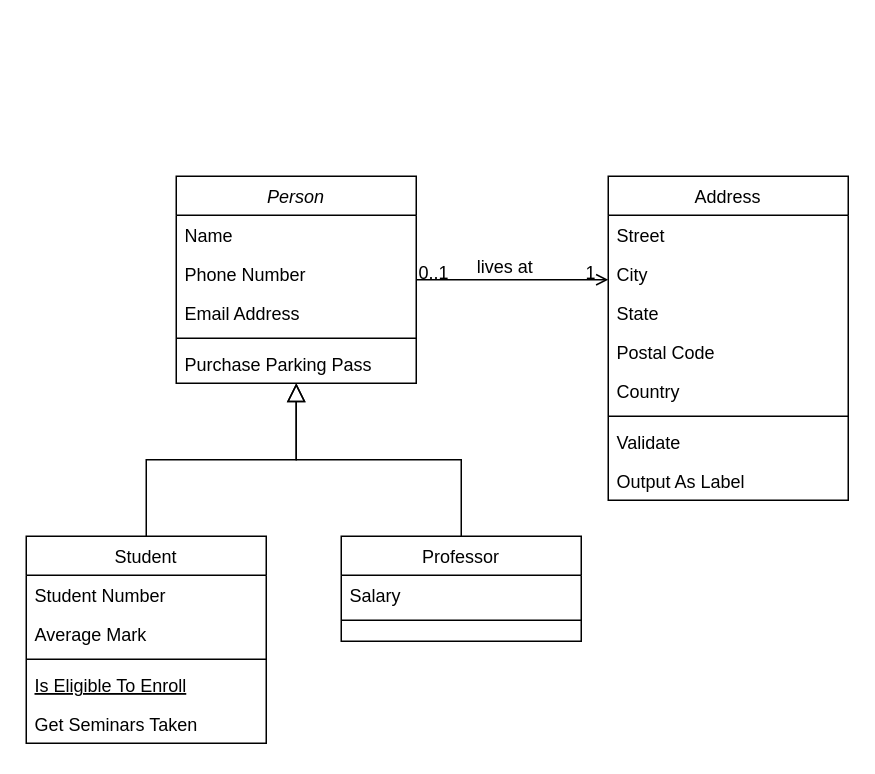
Before: Diagrama sem nome.drawio in dan-freire/escalamm, a draw.io diagram. Source tidied: cells renumbered, new cells numbered last; positions are measured from the earlier drawing's top-left corner, leaving out a move shared by most shapes. Both pictures are drawn from the tidied source at 150%, with x=0, y=0 at pixel (26, 176).
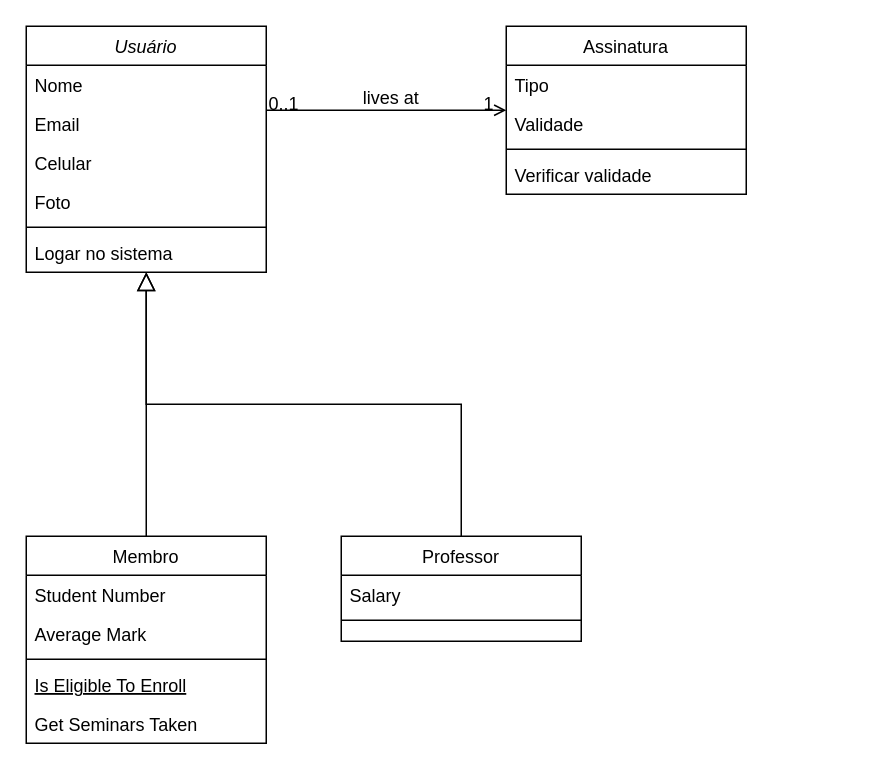
Above is the later version.

Commit message:
Classe usuário e Assinatura

The edit, as a diff of the source:
```diff
@@
-    <mxCell id="2" value="Person" style="swimlane;fontStyle=2;align=center;verticalAlign=top;horizontal=1;startSize=26;rounded=0;shadow=0;strokeWidth=1;" parent="1" vertex="1">
-      <mxGeometry x="100" width="160" height="138" as="geometry" />
+    <mxCell id="2" value="Usuário" style="swimlane;fontStyle=2;align=center;verticalAlign=top;horizontal=1;startSize=26;rounded=0;shadow=0;strokeWidth=1;" parent="1" vertex="1">
+      <mxGeometry y="-100" width="160" height="164" as="geometry" />
     </mxCell>
-    <mxCell id="3" value="Name" style="text;align=left;verticalAlign=top;spacingLeft=4;spacingRight=4;overflow=hidden;" parent="2" vertex="1">
+    <mxCell id="3" value="Nome" style="text;align=left;verticalAlign=top;spacingLeft=4;spacingRight=4;overflow=hidden;" parent="2" vertex="1">
       <mxGeometry y="26" width="160" height="26" as="geometry" />
     </mxCell>
-    <mxCell id="4" value="Phone Number" style="text;align=left;verticalAlign=top;spacingLeft=4;spacingRight=4;overflow=hidden;rounded=0;shadow=0;html=0;" parent="2" vertex="1">
+    <mxCell id="4" value="Email" style="text;align=left;verticalAlign=top;spacingLeft=4;spacingRight=4;overflow=hidden;rounded=0;shadow=0;html=0;" parent="2" vertex="1">
       <mxGeometry y="52" width="160" height="26" as="geometry" />
     </mxCell>
-    <mxCell id="5" value="Email Address" style="text;align=left;verticalAlign=top;spacingLeft=4;spacingRight=4;overflow=hidden;rounded=0;shadow=0;html=0;" parent="2" vertex="1">
+    <mxCell id="5" value="Celular" style="text;align=left;verticalAlign=top;spacingLeft=4;spacingRight=4;overflow=hidden;rounded=0;shadow=0;html=0;" parent="2" vertex="1">
       <mxGeometry y="78" width="160" height="26" as="geometry" />
     </mxCell>
+    <mxCell id="32" value="Foto" style="text;align=left;verticalAlign=top;spacingLeft=4;spacingRight=4;overflow=hidden;rounded=0;shadow=0;html=0;" parent="2" vertex="1">
+      <mxGeometry y="104" width="160" height="26" as="geometry" />
+    </mxCell>
     <mxCell id="6" style="line;html=1;strokeWidth=1;align=left;verticalAlign=middle;spacingTop=-1;spacingLeft=3;spacingRight=3;labelPosition=right;" parent="2" vertex="1">
-      <mxGeometry y="104" width="160" height="8" as="geometry" />
+      <mxGeometry y="130" width="160" height="8" as="geometry" />
     </mxCell>
-    <mxCell id="7" value="Purchase Parking Pass" style="text;align=left;verticalAlign=top;spacingLeft=4;spacingRight=4;overflow=hidden;" parent="2" vertex="1">
-      <mxGeometry y="112" width="160" height="26" as="geometry" />
+    <mxCell id="7" value="Logar no sistema" style="text;align=left;verticalAlign=top;spacingLeft=4;spacingRight=4;overflow=hidden;" parent="2" vertex="1">
+      <mxGeometry y="138" width="160" height="26" as="geometry" />
     </mxCell>
-    <mxCell id="8" value="Student" style="swimlane;fontStyle=0;align=center;verticalAlign=top;horizontal=1;startSize=26;rounded=0;shadow=0;strokeWidth=1;" parent="1" vertex="1">
+    <mxCell id="8" value="Membro" style="swimlane;fontStyle=0;align=center;verticalAlign=top;horizontal=1;startSize=26;rounded=0;shadow=0;strokeWidth=1;" parent="1" vertex="1">
       <mxGeometry y="240" width="160" height="138" as="geometry" />
     </mxCell>
@@
-    <mxCell id="19" value="Address" style="swimlane;fontStyle=0;align=center;verticalAlign=top;horizontal=1;startSize=26;rounded=0;shadow=0;strokeWidth=1;" parent="1" vertex="1">
-      <mxGeometry x="388" width="160" height="216" as="geometry" />
+    <mxCell id="19" value="Assinatura" style="swimlane;fontStyle=0;align=center;verticalAlign=top;horizontal=1;startSize=26;rounded=0;shadow=0;strokeWidth=1;direction=east;" parent="1" vertex="1">
+      <mxGeometry x="320" y="-100" width="160" height="112" as="geometry" />
     </mxCell>
-    <mxCell id="20" value="Street" style="text;align=left;verticalAlign=top;spacingLeft=4;spacingRight=4;overflow=hidden;" parent="19" vertex="1">
+    <mxCell id="20" value="Tipo" style="text;align=left;verticalAlign=top;spacingLeft=4;spacingRight=4;overflow=hidden;" parent="19" vertex="1">
       <mxGeometry y="26" width="160" height="26" as="geometry" />
     </mxCell>
-    <mxCell id="21" value="City" style="text;align=left;verticalAlign=top;spacingLeft=4;spacingRight=4;overflow=hidden;rounded=0;shadow=0;html=0;" parent="19" vertex="1">
+    <mxCell id="21" value="Validade" style="text;align=left;verticalAlign=top;spacingLeft=4;spacingRight=4;overflow=hidden;rounded=0;shadow=0;html=0;" parent="19" vertex="1">
       <mxGeometry y="52" width="160" height="26" as="geometry" />
     </mxCell>
-    <mxCell id="22" value="State" style="text;align=left;verticalAlign=top;spacingLeft=4;spacingRight=4;overflow=hidden;rounded=0;shadow=0;html=0;" parent="19" vertex="1">
-      <mxGeometry y="78" width="160" height="26" as="geometry" />
-    </mxCell>
-    <mxCell id="23" value="Postal Code" style="text;align=left;verticalAlign=top;spacingLeft=4;spacingRight=4;overflow=hidden;rounded=0;shadow=0;html=0;" parent="19" vertex="1">
-      <mxGeometry y="104" width="160" height="26" as="geometry" />
-    </mxCell>
-    <mxCell id="24" value="Country" style="text;align=left;verticalAlign=top;spacingLeft=4;spacingRight=4;overflow=hidden;rounded=0;shadow=0;html=0;" parent="19" vertex="1">
-      <mxGeometry y="130" width="160" height="26" as="geometry" />
-    </mxCell>
     <mxCell id="25" style="line;html=1;strokeWidth=1;align=left;verticalAlign=middle;spacingTop=-1;spacingLeft=3;spacingRight=3;labelPosition=right;" parent="19" vertex="1">
-      <mxGeometry y="156" width="160" height="8" as="geometry" />
+      <mxGeometry y="78" width="160" height="8" as="geometry" />
     </mxCell>
-    <mxCell id="26" value="Validate" style="text;align=left;verticalAlign=top;spacingLeft=4;spacingRight=4;overflow=hidden;" parent="19" vertex="1">
-      <mxGeometry y="164" width="160" height="26" as="geometry" />
+    <mxCell id="26" value="Verificar validade" style="text;align=left;verticalAlign=top;spacingLeft=4;spacingRight=4;overflow=hidden;" parent="19" vertex="1">
+      <mxGeometry y="86" width="160" height="26" as="geometry" />
     </mxCell>
-    <mxCell id="27" value="Output As Label" style="text;align=left;verticalAlign=top;spacingLeft=4;spacingRight=4;overflow=hidden;" parent="19" vertex="1">
-      <mxGeometry y="190" width="160" height="26" as="geometry" />
-    </mxCell>
```
